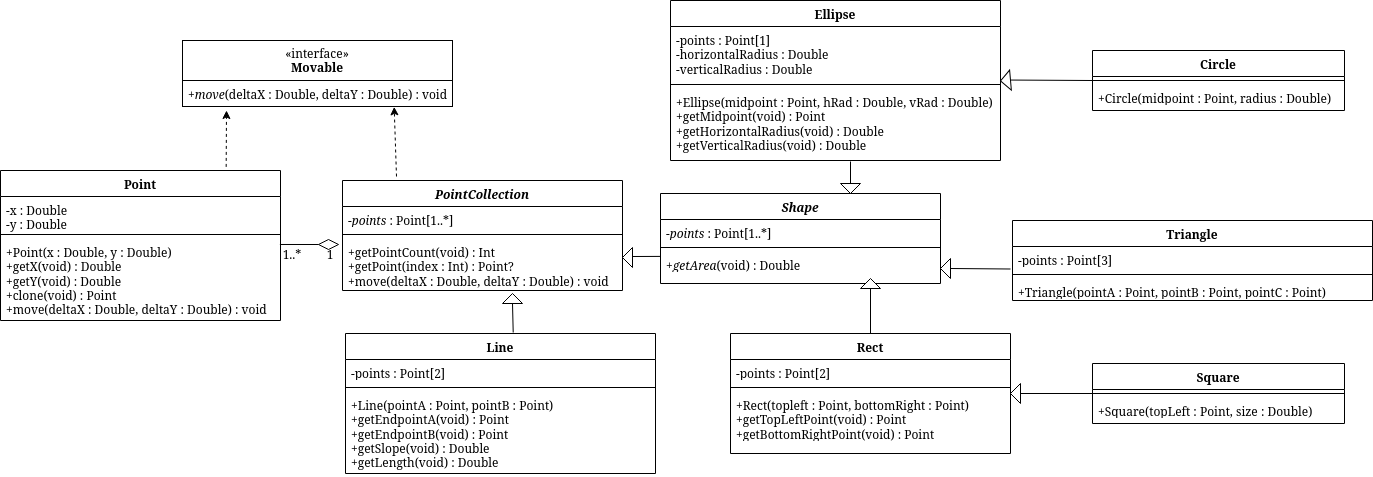
This is UML.png from BrodySteidley/cs5700.1, a draw.io export, as it was before one commit. Source tidied: cells renumbered, new cells last; positions are measured from the earlier drawing's top-left corner, leaving out a move shared by most shapes.
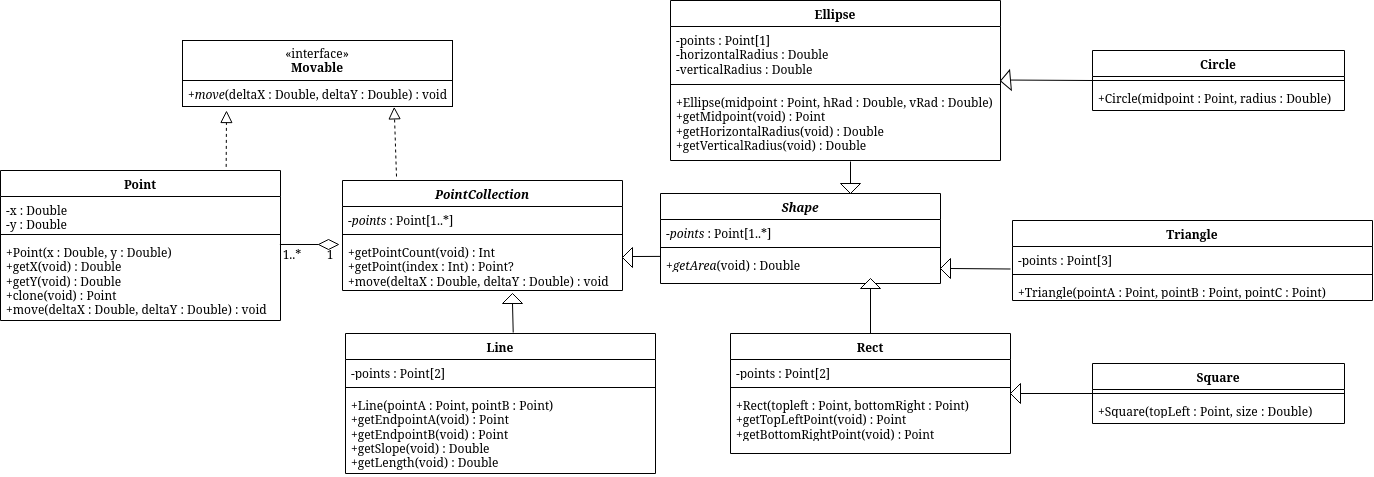
After the change.

Commit message:
fix arrow heads on realization lines

What changed in the source:
```diff
@@ -167,12 +167,12 @@
     <mxCell id="54" value="&lt;div&gt;+&lt;i&gt;move&lt;/i&gt;(deltaX : Double, deltaY : Double) : void&lt;/div&gt;&lt;div&gt;&lt;br&gt;&lt;/div&gt;" style="text;strokeColor=black;fillColor=none;align=left;verticalAlign=top;spacingLeft=4;spacingRight=4;overflow=hidden;points=[[0,0.5],[1,0.5]];portConstraint=eastwest;whiteSpace=wrap;html=1;" parent="1" vertex="1">
       <mxGeometry x="182" y="80" width="270" height="26" as="geometry" />
     </mxCell>
-    <mxCell id="55" style="html=1;labelBackgroundColor=#ffffff;startArrow=none;startFill=0;startSize=6;endArrow=classic;endFill=1;endSize=6;jettySize=auto;strokeWidth=1;dashed=1;fontSize=14;rounded=0;exitX=0.806;exitY=-0.024;exitDx=0;exitDy=0;exitPerimeter=0;" parent="1" edge="1" source="2">
+    <mxCell id="55" style="html=1;labelBackgroundColor=#ffffff;startArrow=none;startFill=0;startSize=6;endArrow=block;endFill=0;endSize=10;jettySize=auto;strokeWidth=1;dashed=1;fontSize=14;rounded=0;exitX=0.806;exitY=-0.024;exitDx=0;exitDy=0;exitPerimeter=0;targetPerimeterSpacing=0;" parent="1" edge="1" source="2">
       <mxGeometry relative="1" as="geometry">
         <mxPoint x="226" y="110" as="targetPoint" />
       </mxGeometry>
     </mxCell>
-    <mxCell id="56" style="html=1;labelBackgroundColor=#ffffff;startArrow=none;startFill=0;startSize=6;endArrow=classic;endFill=1;endSize=6;jettySize=auto;strokeWidth=1;dashed=1;fontSize=14;rounded=0;exitX=0.806;exitY=-0.024;exitDx=0;exitDy=0;exitPerimeter=0;entryX=0.784;entryY=1.013;entryDx=0;entryDy=0;entryPerimeter=0;" parent="1" edge="1" target="54">
+    <mxCell id="56" style="html=1;labelBackgroundColor=#ffffff;startArrow=none;startFill=0;startSize=6;endArrow=block;endFill=0;endSize=10;jettySize=auto;strokeWidth=1;dashed=1;fontSize=14;rounded=0;exitX=0.806;exitY=-0.024;exitDx=0;exitDy=0;exitPerimeter=0;entryX=0.784;entryY=1.013;entryDx=0;entryDy=0;entryPerimeter=0;" parent="1" edge="1" target="54">
       <mxGeometry relative="1" as="geometry">
         <mxPoint x="396" y="176" as="sourcePoint" />
       </mxGeometry>
```
